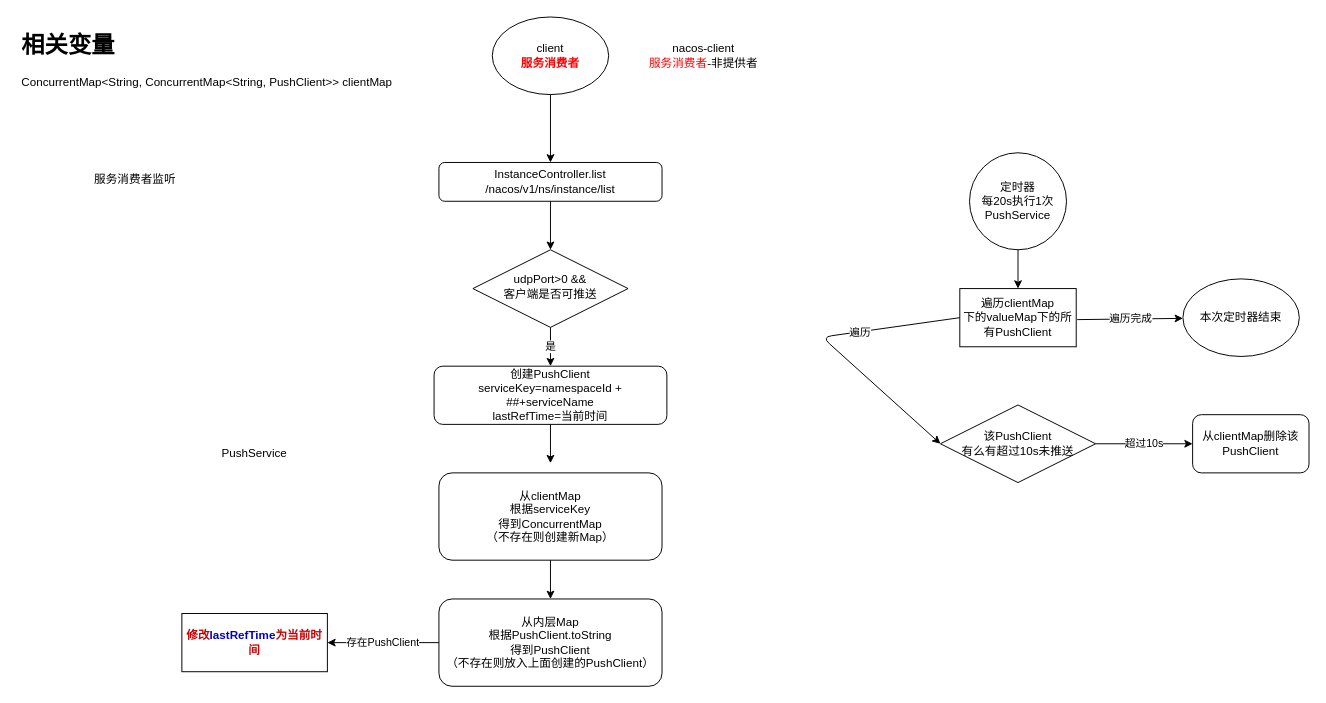
Earlier version of the draw.io diagram page "heartbeat" (2 of 9) of 源码/nacos/nacos.drawio (kongq1983/document). Source tidied: cells renumbered, new cells numbered last; positions are measured from the earlier drawing's top-left corner, leaving out a move shared by most shapes. Both pictures are drawn from the tidied source at 97%, with x=0, y=0 at pixel (16, 16).
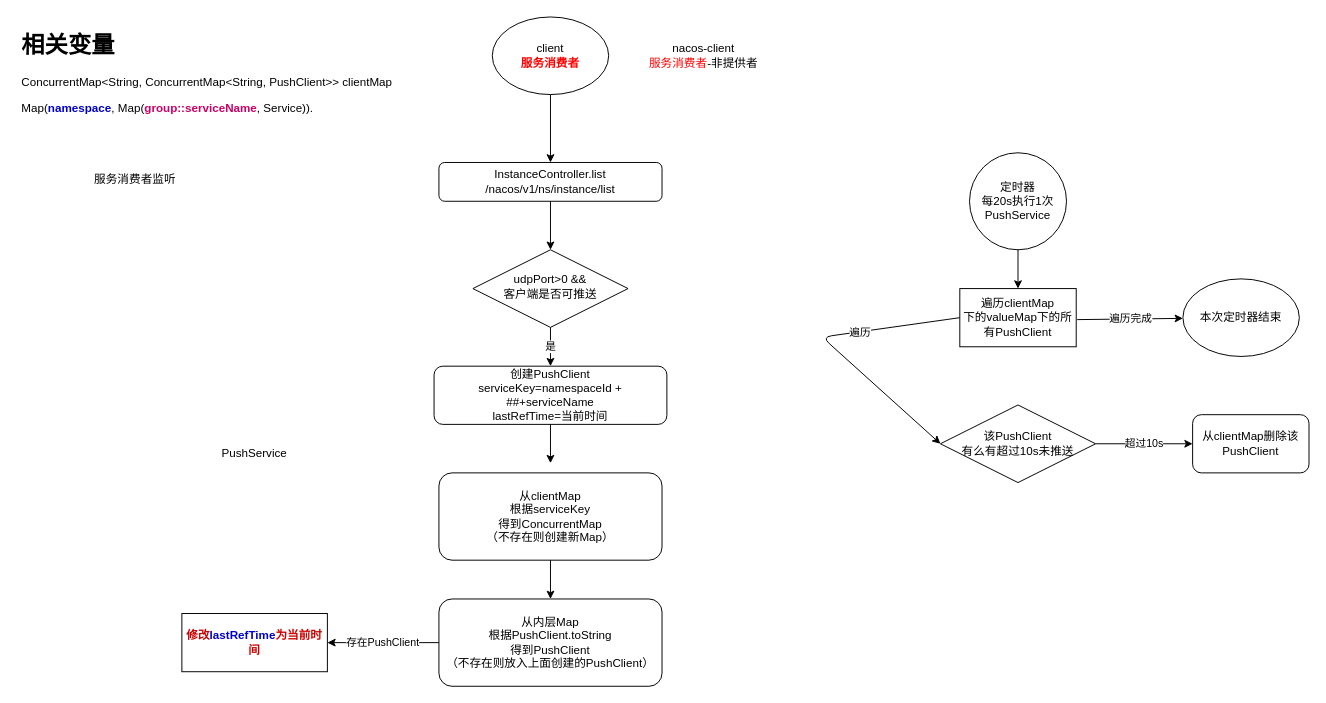
The same diagram, later.

Change to the diagram source:
```diff
@@
-    <mxCell id="26" value="&lt;h1&gt;相关变量&lt;/h1&gt;&lt;p&gt;ConcurrentMap&amp;lt;String, ConcurrentMap&amp;lt;String, PushClient&amp;gt;&amp;gt; clientMap&lt;/p&gt;" style="text;html=1;strokeColor=none;fillColor=none;spacing=5;spacingTop=-20;whiteSpace=wrap;overflow=hidden;rounded=0;" parent="1" vertex="1">
+    <mxCell id="26" value="&lt;h1&gt;相关变量&lt;/h1&gt;&lt;p&gt;ConcurrentMap&amp;lt;String, ConcurrentMap&amp;lt;String, PushClient&amp;gt;&amp;gt; clientMap&lt;/p&gt;&lt;p&gt;Map(&lt;b&gt;&lt;font color=&quot;#0000cc&quot;&gt;namespace&lt;/font&gt;&lt;/b&gt;, Map(&lt;b&gt;&lt;font color=&quot;#cc0066&quot;&gt;group::serviceName&lt;/font&gt;&lt;/b&gt;, Service)).&lt;br&gt;&lt;/p&gt;" style="text;html=1;strokeColor=none;fillColor=none;spacing=5;spacingTop=-20;whiteSpace=wrap;overflow=hidden;rounded=0;" parent="1" vertex="1">
       <mxGeometry y="10" width="430" height="120" as="geometry" />
     </mxCell>
```
